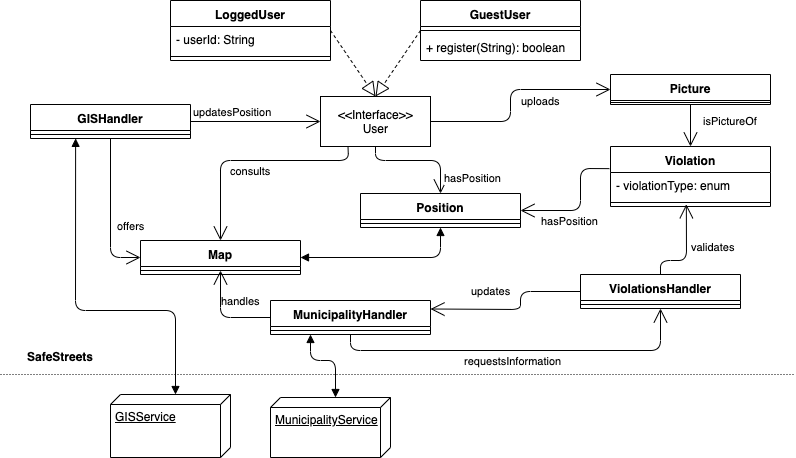
The draw.io diagram Releases/RASD/img/diagrams/uml.png in amecava/safestreets, before a commit. Source tidied: cells renumbered, new cells last; positions are measured from the earlier drawing's top-left corner, leaving out a move shared by most shapes.
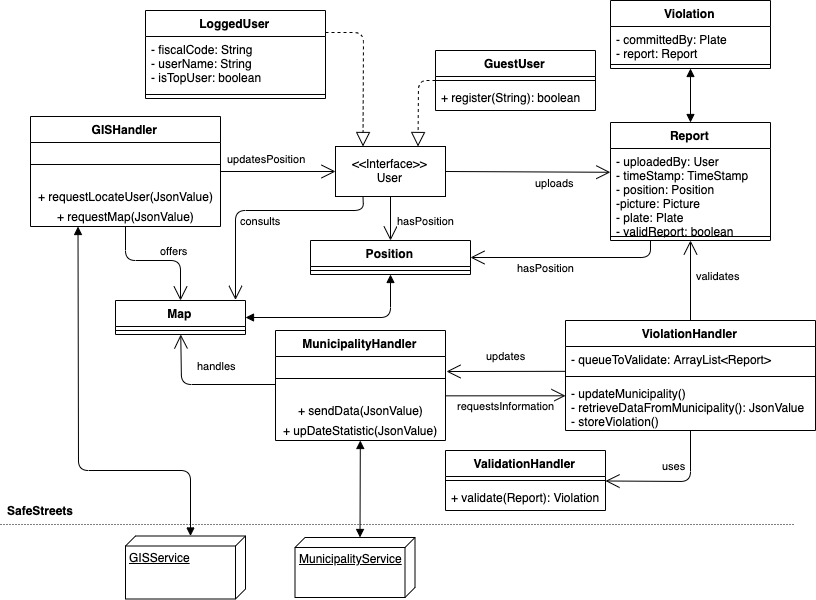
After the change.

What changed in the source:
```diff
@@ -3,19 +3,23 @@
     <mxCell id="0" />
     <mxCell id="1" parent="0" />
     <mxCell id="2" value="LoggedUser" style="swimlane;fontStyle=1;align=center;verticalAlign=top;horizontal=1;startSize=26;" parent="1" vertex="1">
-      <mxGeometry x="170" width="160" height="60" as="geometry" />
+      <mxGeometry x="130" y="-40" width="180" height="88" as="geometry" />
     </mxCell>
-    <mxCell id="3" value="- userId: String&#10;" style="text;strokeColor=none;fillColor=none;align=left;verticalAlign=top;spacingLeft=4;spacingRight=4;overflow=hidden;" parent="2" vertex="1">
-      <mxGeometry y="26" width="160" height="26" as="geometry" />
+    <mxCell id="3" value="- fiscalCode: String&#10;- userName: String&#10;- isTopUser: boolean" style="text;strokeColor=none;fillColor=none;align=left;verticalAlign=top;spacingLeft=4;spacingRight=4;overflow=hidden;" parent="2" vertex="1">
+      <mxGeometry y="26" width="180" height="54" as="geometry" />
     </mxCell>
     <mxCell id="4" style="line;strokeWidth=1;fillColor=none;align=left;verticalAlign=middle;spacingTop=-1;spacingLeft=3;spacingRight=3;labelPosition=right;" parent="2" vertex="1">
-      <mxGeometry y="52" width="160" height="8" as="geometry" />
+      <mxGeometry y="80" width="180" height="8" as="geometry" />
     </mxCell>
     <mxCell id="5" value="&amp;lt;&amp;lt;Interface&amp;gt;&amp;gt;&lt;br&gt;User&lt;br&gt;" style="html=1;" parent="1" vertex="1">
       <mxGeometry x="320" y="96" width="110" height="50" as="geometry" />
     </mxCell>
-    <mxCell id="6" style="endArrow=block;dashed=1;endFill=0;endSize=12;html=1;exitX=1;exitY=0.5;exitDx=0;exitDy=0;entryX=0.5;entryY=0;entryDx=0;entryDy=0;" parent="1" edge="1" source="2" target="5">
-      <mxGeometry relative="1" as="geometry" />
+    <mxCell id="6" style="endArrow=block;dashed=1;endFill=0;endSize=12;html=1;entryX=0.25;entryY=0;entryDx=0;entryDy=0;exitX=1;exitY=0.25;exitDx=0;exitDy=0;" parent="1" edge="1" source="2" target="5">
+      <mxGeometry relative="1" as="geometry">
+        <Array as="points">
+          <mxPoint x="348" y="-18" />
+        </Array>
+      </mxGeometry>
     </mxCell>
     <mxCell id="7" value="GuestUser" style="swimlane;fontStyle=1;align=center;verticalAlign=top;horizontal=1;startSize=26;" parent="1" vertex="1">
       <mxGeometry x="420" width="160" height="60" as="geometry" />
@@ -26,128 +30,108 @@
     <mxCell id="9" value="+ register(String): boolean" style="text;strokeColor=none;fillColor=none;align=left;verticalAlign=top;spacingLeft=4;spacingRight=4;overflow=hidden;" parent="7" vertex="1">
       <mxGeometry y="34" width="160" height="26" as="geometry" />
     </mxCell>
-    <mxCell id="10" style="endArrow=block;dashed=1;endFill=0;endSize=12;html=1;entryX=0.5;entryY=0;entryDx=0;entryDy=0;exitX=0;exitY=0.5;exitDx=0;exitDy=0;" parent="1" edge="1" source="7" target="5">
-      <mxGeometry relative="1" as="geometry" />
+    <mxCell id="10" style="endArrow=block;dashed=1;endFill=0;endSize=12;html=1;entryX=0.75;entryY=0;entryDx=0;entryDy=0;exitX=0;exitY=0.5;exitDx=0;exitDy=0;" parent="1" edge="1" source="7" target="5">
+      <mxGeometry relative="1" as="geometry">
+        <Array as="points">
+          <mxPoint x="403" y="30" />
+        </Array>
+      </mxGeometry>
     </mxCell>
-    <mxCell id="11" value="Picture" style="swimlane;fontStyle=1;align=center;verticalAlign=top;horizontal=1;startSize=26;" parent="1" vertex="1">
-      <mxGeometry x="610" y="74" width="160" height="30" as="geometry" />
-    </mxCell>
-    <mxCell id="12" style="line;strokeWidth=1;fillColor=none;align=left;verticalAlign=middle;spacingTop=-1;spacingLeft=3;spacingRight=3;labelPosition=right;" parent="11" vertex="1">
-      <mxGeometry y="26" width="160" height="4" as="geometry" />
-    </mxCell>
     <mxCell id="13" value="Violation" style="swimlane;fontStyle=1;align=center;verticalAlign=top;horizontal=1;startSize=26;" parent="1" vertex="1">
-      <mxGeometry x="610" y="146" width="160" height="60" as="geometry" />
+      <mxGeometry x="595" y="-50" width="160" height="68" as="geometry" />
     </mxCell>
-    <mxCell id="14" value="- violationType: enum" style="text;strokeColor=none;fillColor=none;align=left;verticalAlign=top;spacingLeft=4;spacingRight=4;overflow=hidden;points=[[0,0.5],[1,0.5]];portConstraint=eastwest;" parent="13" vertex="1">
-      <mxGeometry y="26" width="160" height="26" as="geometry" />
+    <mxCell id="14" value="- committedBy: Plate&#10;- report: Report" style="text;strokeColor=none;fillColor=none;align=left;verticalAlign=top;spacingLeft=4;spacingRight=4;overflow=hidden;points=[[0,0.5],[1,0.5]];portConstraint=eastwest;" parent="13" vertex="1">
+      <mxGeometry y="26" width="160" height="34" as="geometry" />
     </mxCell>
     <mxCell id="15" style="line;strokeWidth=1;fillColor=none;align=left;verticalAlign=middle;spacingTop=-1;spacingLeft=3;spacingRight=3;labelPosition=right;" parent="13" vertex="1">
-      <mxGeometry y="52" width="160" height="8" as="geometry" />
+      <mxGeometry y="60" width="160" height="8" as="geometry" />
     </mxCell>
     <mxCell id="16" value="Position" style="swimlane;fontStyle=1;align=center;verticalAlign=top;horizontal=1;startSize=26;" parent="1" vertex="1">
-      <mxGeometry x="360" y="193" width="160" height="34" as="geometry" />
+      <mxGeometry x="295" y="190" width="160" height="34" as="geometry" />
     </mxCell>
     <mxCell id="17" style="line;strokeWidth=1;fillColor=none;align=left;verticalAlign=middle;spacingTop=-1;spacingLeft=3;spacingRight=3;labelPosition=right;" parent="16" vertex="1">
       <mxGeometry y="26" width="160" height="8" as="geometry" />
     </mxCell>
     <mxCell id="18" value="Map" style="swimlane;fontStyle=1;align=center;verticalAlign=top;horizontal=1;startSize=26;" parent="1" vertex="1">
-      <mxGeometry x="140" y="240" width="160" height="34" as="geometry" />
+      <mxGeometry x="100" y="250" width="130" height="34" as="geometry" />
     </mxCell>
     <mxCell id="19" style="line;strokeWidth=1;fillColor=none;align=left;verticalAlign=middle;spacingTop=-1;spacingLeft=3;spacingRight=3;labelPosition=right;points=[];portConstraint=eastwest;" parent="18" vertex="1">
-      <mxGeometry y="26" width="160" height="8" as="geometry" />
+      <mxGeometry y="26" width="130" height="8" as="geometry" />
     </mxCell>
     <mxCell id="20" value="MunicipalityHandler&#10;" style="swimlane;fontStyle=1;align=center;verticalAlign=top;horizontal=1;startSize=26;" parent="1" vertex="1">
-      <mxGeometry x="270" y="300" width="160" height="34" as="geometry" />
+      <mxGeometry x="260" y="280" width="170" height="110" as="geometry" />
     </mxCell>
     <mxCell id="21" style="line;strokeWidth=1;fillColor=none;align=left;verticalAlign=middle;spacingTop=-1;spacingLeft=3;spacingRight=3;labelPosition=right;" parent="20" vertex="1">
-      <mxGeometry y="26" width="160" height="8" as="geometry" />
+      <mxGeometry y="26" width="170" height="44" as="geometry" />
     </mxCell>
-    <mxCell id="22" value="ViolationsHandler" style="swimlane;fontStyle=1;align=center;verticalAlign=top;horizontal=1;startSize=26;" parent="1" vertex="1">
-      <mxGeometry x="580" y="274" width="160" height="34" as="geometry" />
-    </mxCell>
-    <mxCell id="23" style="line;strokeWidth=1;fillColor=none;align=left;verticalAlign=middle;spacingTop=-1;spacingLeft=3;spacingRight=3;labelPosition=right;" parent="22" vertex="1">
-      <mxGeometry y="26" width="160" height="8" as="geometry" />
-    </mxCell>
+    <mxCell id="44" value="+ sendData(JsonValue)" style="text;html=1;align=center;verticalAlign=middle;" parent="20" vertex="1">
+      <mxGeometry y="70" width="170" height="20" as="geometry" />
+    </mxCell>
+    <mxCell id="45" value="+ upDateStatistic(JsonValue)" style="text;html=1;align=center;verticalAlign=middle;" parent="20" vertex="1">
+      <mxGeometry y="90" width="170" height="20" as="geometry" />
+    </mxCell>
     <mxCell id="24" value="GISHandler" style="swimlane;fontStyle=1;align=center;verticalAlign=top;horizontal=1;startSize=26;" parent="1" vertex="1">
-      <mxGeometry x="30" y="104" width="160" height="34" as="geometry" />
+      <mxGeometry x="15" y="66" width="190" height="110" as="geometry" />
     </mxCell>
     <mxCell id="25" style="line;strokeWidth=1;fillColor=none;align=left;verticalAlign=middle;spacingTop=-1;spacingLeft=3;spacingRight=3;labelPosition=right;points=[];portConstraint=eastwest;" parent="24" vertex="1">
-      <mxGeometry y="26" width="160" height="8" as="geometry" />
+      <mxGeometry y="26" width="190" height="44" as="geometry" />
     </mxCell>
+    <mxCell id="46" value="+ requestLocateUser(JsonValue)" style="text;html=1;align=center;verticalAlign=middle;" parent="24" vertex="1">
+      <mxGeometry y="70" width="190" height="20" as="geometry" />
+    </mxCell>
+    <mxCell id="47" value="+ requestMap(JsonValue)" style="text;html=1;align=center;verticalAlign=middle;" parent="24" vertex="1">
+      <mxGeometry y="90" width="190" height="20" as="geometry" />
+    </mxCell>
-    <mxCell id="26" value="offers" style="endArrow=open;endFill=1;endSize=12;html=1;exitX=0.5;exitY=1;exitDx=0;exitDy=0;entryX=0;entryY=0.5;entryDx=0;entryDy=0;" parent="1" edge="1" source="24" target="18">
-      <mxGeometry x="0.17" y="20" relative="1" as="geometry">
+    <mxCell id="26" value="offers" style="endArrow=open;endFill=1;endSize=12;html=1;exitX=0.5;exitY=1;exitDx=0;exitDy=0;entryX=0.5;entryY=0;entryDx=0;entryDy=0;" parent="1" edge="1" source="24" target="18">
+      <mxGeometry x="0.29" y="10" relative="1" as="geometry">
         <Array as="points">
-          <mxPoint x="110" y="257" />
+          <mxPoint x="110" y="210" />
+          <mxPoint x="165" y="210" />
         </Array>
       </mxGeometry>
     </mxCell>
     <mxCell id="27" value="updatesPosition" style="endArrow=open;endFill=1;endSize=12;html=1;exitX=1;exitY=0.5;exitDx=0;exitDy=0;entryX=0;entryY=0.5;entryDx=0;entryDy=0;" parent="1" edge="1" source="24" target="5">
-      <mxGeometry x="-0.05" y="22" relative="1" as="geometry">
-        <mxPoint x="-20" y="12" as="offset" />
-      </mxGeometry>
+      <mxGeometry x="-0.21" y="13" relative="1" as="geometry" />
     </mxCell>
-    <mxCell id="28" value="requestsInformation" style="endArrow=open;endFill=1;endSize=12;html=1;exitX=0.5;exitY=1;exitDx=0;exitDy=0;entryX=0.5;entryY=1;entryDx=0;entryDy=0;" parent="1" edge="1" source="20" target="22">
-      <mxGeometry x="-0.04" y="-10" relative="1" as="geometry">
-        <Array as="points">
-          <mxPoint x="350" y="350" />
-          <mxPoint x="660" y="350" />
-        </Array>
+    <mxCell id="28" value="requestsInformation" style="endArrow=open;endFill=1;endSize=12;html=1;entryX=0;entryY=0.306;entryDx=0;entryDy=0;entryPerimeter=0;" parent="1" edge="1" target="55">
+      <mxGeometry y="-10" relative="1" as="geometry">
+        <mxPoint x="430" y="345.3" as="sourcePoint" />
       </mxGeometry>
     </mxCell>
-    <mxCell id="29" value="updates" style="endArrow=open;endFill=1;endSize=12;html=1;exitX=0;exitY=0.5;exitDx=0;exitDy=0;entryX=1;entryY=0.25;entryDx=0;entryDy=0;" parent="1" edge="1" source="22" target="20">
-      <mxGeometry x="0.29" y="-18" relative="1" as="geometry">
-        <Array as="points">
-          <mxPoint x="520" y="291" />
-          <mxPoint x="520" y="309" />
-        </Array>
+    <mxCell id="29" value="updates" style="endArrow=open;endFill=1;endSize=12;html=1;exitX=-0.002;exitY=0.955;exitDx=0;exitDy=0;exitPerimeter=0;" parent="1" edge="1" source="53">
+      <mxGeometry x="-0.01" y="-15" relative="1" as="geometry">
+        <mxPoint x="431" y="321" as="targetPoint" />
       </mxGeometry>
     </mxCell>
-    <mxCell id="30" value="validates" style="endArrow=open;endFill=1;endSize=12;html=1;entryX=0.474;entryY=1.222;entryDx=0;entryDy=0;entryPerimeter=0;exitX=0.5;exitY=0;exitDx=0;exitDy=0;" parent="1" edge="1" source="22" target="14">
-      <mxGeometry x="0.11" y="-27" relative="1" as="geometry">
-        <Array as="points">
-          <mxPoint x="660" y="260" />
-          <mxPoint x="686" y="260" />
-        </Array>
-      </mxGeometry>
+    <mxCell id="30" value="validates" style="endArrow=open;endFill=1;endSize=12;html=1;entryX=0.5;entryY=1;entryDx=0;entryDy=0;exitX=0.5;exitY=0;exitDx=0;exitDy=0;" parent="1" edge="1" source="52" target="48">
+      <mxGeometry x="0.11" y="-27" relative="1" as="geometry" />
     </mxCell>
     <mxCell id="31" value="GISService" style="verticalAlign=top;align=left;spacingTop=8;spacingLeft=2;spacingRight=12;shape=cube;size=10;direction=south;fontStyle=4;html=1;" parent="1" vertex="1">
-      <mxGeometry x="110" y="394" width="120" height="63" as="geometry" />
+      <mxGeometry x="110" y="485.5" width="120" height="63" as="geometry" />
     </mxCell>
-    <mxCell id="32" value="hasPosition" style="endArrow=open;endFill=1;endSize=12;html=1;exitX=-0.007;exitY=0.369;exitDx=0;exitDy=0;exitPerimeter=0;entryX=1;entryY=0.5;entryDx=0;entryDy=0;" parent="1" edge="1" source="13" target="16">
+    <mxCell id="32" value="hasPosition" style="endArrow=open;endFill=1;endSize=12;html=1;exitX=0.25;exitY=1;exitDx=0;exitDy=0;entryX=1;entryY=0.5;entryDx=0;entryDy=0;" parent="1" edge="1" source="48" target="16">
       <mxGeometry x="0.24" y="10" relative="1" as="geometry">
         <Array as="points">
-          <mxPoint x="580" y="168" />
-          <mxPoint x="580" y="210" />
+          <mxPoint x="635" y="207" />
         </Array>
       </mxGeometry>
     </mxCell>
     <mxCell id="33" value="hasPosition" style="endArrow=open;endFill=1;endSize=12;html=1;exitX=0.5;exitY=1;exitDx=0;exitDy=0;entryX=0.5;entryY=0;entryDx=0;entryDy=0;" parent="1" edge="1" source="5" target="16">
-      <mxGeometry x="0.72" y="33" relative="1" as="geometry">
-        <Array as="points">
-          <mxPoint x="375" y="160" />
-          <mxPoint x="440" y="160" />
-        </Array>
-        <mxPoint x="-1" as="offset" />
-      </mxGeometry>
+      <mxGeometry x="0.09" y="35" relative="1" as="geometry" />
     </mxCell>
     <mxCell id="34" value="MunicipalityService" style="verticalAlign=top;align=left;spacingTop=8;spacingLeft=2;spacingRight=12;shape=cube;size=10;direction=south;fontStyle=4;html=1;" parent="1" vertex="1">
-      <mxGeometry x="270" y="397" width="120" height="60" as="geometry" />
+      <mxGeometry x="279.5" y="487" width="120" height="60" as="geometry" />
     </mxCell>
     <mxCell id="35" style="line;strokeWidth=1;fillColor=none;align=left;verticalAlign=middle;spacingTop=-1;spacingLeft=3;spacingRight=3;labelPosition=right;dashed=1;dashPattern=1 2;" parent="1" vertex="1">
-      <mxGeometry y="370" width="795" height="8" as="geometry" />
+      <mxGeometry x="-15" y="470" width="795" height="8" as="geometry" />
     </mxCell>
     <mxCell id="36" value="SafeStreets" style="text;align=center;fontStyle=1;verticalAlign=middle;spacingLeft=3;spacingRight=3;strokeColor=none;dashed=1;dashPattern=1 2;" parent="1" vertex="1">
-      <mxGeometry x="20" y="344" width="80" height="26" as="geometry" />
+      <mxGeometry x="-15" y="448" width="80" height="26" as="geometry" />
     </mxCell>
-    <mxCell id="37" value="uploads" style="endArrow=open;endFill=1;endSize=12;html=1;exitX=1;exitY=0.5;exitDx=0;exitDy=0;entryX=0;entryY=0.5;entryDx=0;entryDy=0;" parent="1" edge="1" source="5" target="11">
-      <mxGeometry x="0.34" y="-11" relative="1" as="geometry">
-        <Array as="points">
-          <mxPoint x="510" y="121" />
-          <mxPoint x="510" y="89" />
-        </Array>
-      </mxGeometry>
+    <mxCell id="37" value="uploads" style="endArrow=open;endFill=1;endSize=12;html=1;exitX=1;exitY=0.5;exitDx=0;exitDy=0;entryX=-0.001;entryY=0.283;entryDx=0;entryDy=0;entryPerimeter=0;" parent="1" edge="1" source="5" target="49">
+      <mxGeometry x="0.34" y="-11" relative="1" as="geometry" />
     </mxCell>
-    <mxCell id="38" value="consults&lt;br&gt;" style="endArrow=open;endFill=1;endSize=12;html=1;exitX=0.25;exitY=1;exitDx=0;exitDy=0;entryX=0.5;entryY=0;entryDx=0;entryDy=0;" parent="1" edge="1" source="5" target="18">
+    <mxCell id="38" value="consults&lt;br&gt;" style="endArrow=open;endFill=1;endSize=12;html=1;exitX=0.25;exitY=1;exitDx=0;exitDy=0;entryX=0.923;entryY=-0.018;entryDx=0;entryDy=0;entryPerimeter=0;" parent="1" edge="1" source="5" target="18">
       <mxGeometry x="0.01" y="10" relative="1" as="geometry">
         <Array as="points">
           <mxPoint x="348" y="160" />
@@ -155,38 +139,71 @@
         </Array>
       </mxGeometry>
     </mxCell>
-    <mxCell id="39" value="handles" style="endArrow=open;endFill=1;endSize=12;html=1;exitX=0;exitY=0.5;exitDx=0;exitDy=0;entryX=0.5;entryY=0.5;entryDx=0;entryDy=0;entryPerimeter=0;" parent="1" edge="1" source="20" target="19">
-      <mxGeometry x="0.38" y="-20" relative="1" as="geometry">
+    <mxCell id="39" value="handles" style="endArrow=open;endFill=1;endSize=12;html=1;" parent="1" edge="1" target="18">
+      <mxGeometry x="-0.18" y="-19" relative="1" as="geometry">
+        <mxPoint x="260" y="334" as="sourcePoint" />
         <Array as="points">
-          <mxPoint x="220" y="317" />
+          <mxPoint x="166" y="334" />
         </Array>
       </mxGeometry>
     </mxCell>
-    <mxCell id="40" value="isPictureOf" style="endArrow=open;endFill=1;endSize=12;html=1;exitX=0.5;exitY=1;exitDx=0;exitDy=0;entryX=0.5;entryY=0;entryDx=0;entryDy=0;" parent="1" edge="1" source="11" target="13">
-      <mxGeometry x="-0.24" y="40" relative="1" as="geometry" />
-    </mxCell>
-    <mxCell id="41" style="endArrow=block;startArrow=block;endFill=1;startFill=1;html=1;exitX=0.282;exitY=0.985;exitDx=0;exitDy=0;exitPerimeter=0;entryX=0;entryY=0;entryDx=0;entryDy=55;entryPerimeter=0;" parent="1" edge="1" source="25" target="31">
+    <mxCell id="41" style="endArrow=block;startArrow=block;endFill=1;startFill=1;html=1;entryX=0;entryY=0;entryDx=0;entryDy=55;entryPerimeter=0;exitX=0.25;exitY=1;exitDx=0;exitDy=0;" parent="1" edge="1" source="24" target="31">
       <mxGeometry relative="1" as="geometry">
         <Array as="points">
-          <mxPoint x="75" y="310" />
-          <mxPoint x="175" y="310" />
+          <mxPoint x="63" y="420" />
+          <mxPoint x="175" y="420" />
         </Array>
       </mxGeometry>
     </mxCell>
-    <mxCell id="42" style="endArrow=block;startArrow=block;endFill=1;startFill=1;html=1;exitX=0.25;exitY=1;exitDx=0;exitDy=0;entryX=0;entryY=0;entryDx=0;entryDy=55;entryPerimeter=0;" parent="1" edge="1" source="20" target="34">
-      <mxGeometry relative="1" as="geometry">
-        <Array as="points">
-          <mxPoint x="310" y="360" />
-          <mxPoint x="335" y="360" />
-        </Array>
-      </mxGeometry>
+    <mxCell id="42" style="endArrow=block;startArrow=block;endFill=1;startFill=1;html=1;entryX=0;entryY=0;entryDx=0;entryDy=55;entryPerimeter=0;" parent="1" edge="1" source="20" target="34">
+      <mxGeometry relative="1" as="geometry" />
     </mxCell>
     <mxCell id="43" style="endArrow=block;startArrow=block;endFill=1;startFill=1;html=1;exitX=0.5;exitY=1;exitDx=0;exitDy=0;entryX=1;entryY=0.5;entryDx=0;entryDy=0;" parent="1" edge="1" source="16" target="18">
       <mxGeometry relative="1" as="geometry">
         <Array as="points">
-          <mxPoint x="440" y="257" />
+          <mxPoint x="375" y="267" />
         </Array>
       </mxGeometry>
     </mxCell>
+    <mxCell id="48" value="Report" style="swimlane;fontStyle=1;align=center;verticalAlign=top;horizontal=1;startSize=26;" parent="1" vertex="1">
+      <mxGeometry x="595" y="72" width="160" height="118" as="geometry" />
+    </mxCell>
+    <mxCell id="49" value="- uploadedBy: User&#10;- timeStamp: TimeStamp&#10;- position: Position&#10;-picture: Picture&#10;- plate: Plate&#10;- validReport: boolean" style="text;strokeColor=none;fillColor=none;align=left;verticalAlign=top;spacingLeft=4;spacingRight=4;overflow=hidden;points=[[0,0.5],[1,0.5]];portConstraint=eastwest;" parent="48" vertex="1">
+      <mxGeometry y="26" width="160" height="84" as="geometry" />
+    </mxCell>
+    <mxCell id="50" style="line;strokeWidth=1;fillColor=none;align=left;verticalAlign=middle;spacingTop=-1;spacingLeft=3;spacingRight=3;labelPosition=right;" parent="48" vertex="1">
+      <mxGeometry y="110" width="160" height="8" as="geometry" />
+    </mxCell>
+    <mxCell id="51" style="endArrow=block;startArrow=block;endFill=1;startFill=1;html=1;" parent="1" edge="1" source="13" target="48">
+      <mxGeometry relative="1" as="geometry" />
+    </mxCell>
+    <mxCell id="52" value="ViolationHandler" style="swimlane;fontStyle=1;align=center;verticalAlign=top;horizontal=1;startSize=26;" parent="1" vertex="1">
+      <mxGeometry x="550" y="270" width="250" height="110" as="geometry" />
+    </mxCell>
+    <mxCell id="53" value="- queueToValidate: ArrayList&lt;Report&gt;" style="text;strokeColor=none;fillColor=none;align=left;verticalAlign=top;spacingLeft=4;spacingRight=4;overflow=hidden;points=[[0,0.5],[1,0.5]];portConstraint=eastwest;" parent="52" vertex="1">
+      <mxGeometry y="26" width="250" height="26" as="geometry" />
+    </mxCell>
+    <mxCell id="54" style="line;strokeWidth=1;fillColor=none;align=left;verticalAlign=middle;spacingTop=-1;spacingLeft=3;spacingRight=3;labelPosition=right;" parent="52" vertex="1">
+      <mxGeometry y="52" width="250" height="8" as="geometry" />
+    </mxCell>
+    <mxCell id="55" value="- updateMunicipality()&#10;- retrieveDataFromMunicipality(): JsonValue&#10;- storeViolation()" style="text;strokeColor=none;fillColor=none;align=left;verticalAlign=top;spacingLeft=4;spacingRight=4;overflow=hidden;points=[[0,0.5],[1,0.5]];portConstraint=eastwest;" parent="52" vertex="1">
+      <mxGeometry y="60" width="250" height="50" as="geometry" />
+    </mxCell>
+    <mxCell id="56" value="ValidationHandler" style="swimlane;fontStyle=1;align=center;verticalAlign=top;horizontal=1;startSize=26;" parent="1" vertex="1">
+      <mxGeometry x="430" y="400" width="160" height="60" as="geometry" />
+    </mxCell>
+    <mxCell id="23" style="line;strokeWidth=1;fillColor=none;align=left;verticalAlign=middle;spacingTop=-1;spacingLeft=3;spacingRight=3;labelPosition=right;" parent="56" vertex="1">
+      <mxGeometry y="26" width="160" height="8" as="geometry" />
+    </mxCell>
+    <mxCell id="57" value="+ validate(Report): Violation" style="text;strokeColor=none;fillColor=none;align=left;verticalAlign=top;spacingLeft=4;spacingRight=4;overflow=hidden;" parent="56" vertex="1">
+      <mxGeometry y="34" width="160" height="26" as="geometry" />
+    </mxCell>
+    <mxCell id="58" value="uses" style="endArrow=open;endFill=1;endSize=12;html=1;" parent="1" edge="1" source="52" target="56">
+      <mxGeometry x="-0.01" y="-15" relative="1" as="geometry">
+        <Array as="points">
+          <mxPoint x="675" y="431" />
+        </Array>
+      </mxGeometry>
+    </mxCell>
   </root>
 </mxGraphModel>
```
